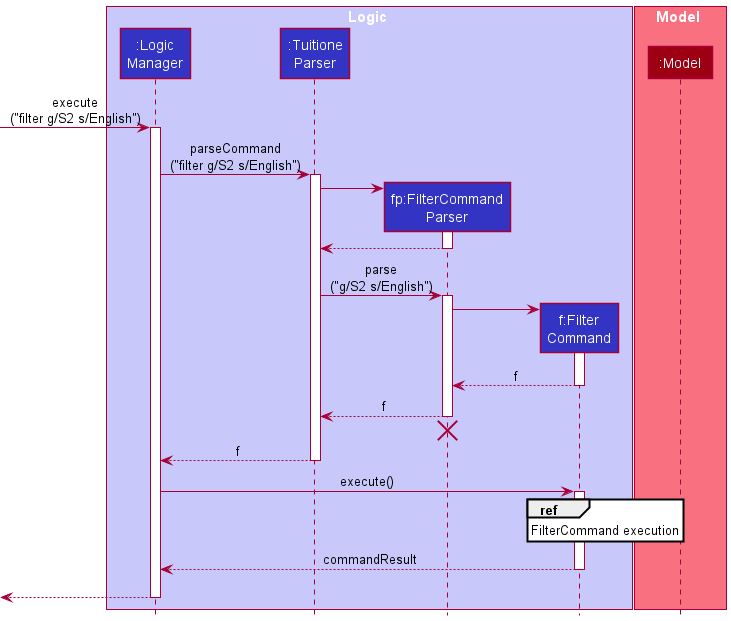
The PlantUML diagram docs/images/DeveloperGuideImage/FilterSequenceDiagram0.png in nus-cs2103-AY2122S1/tp, before a commit.
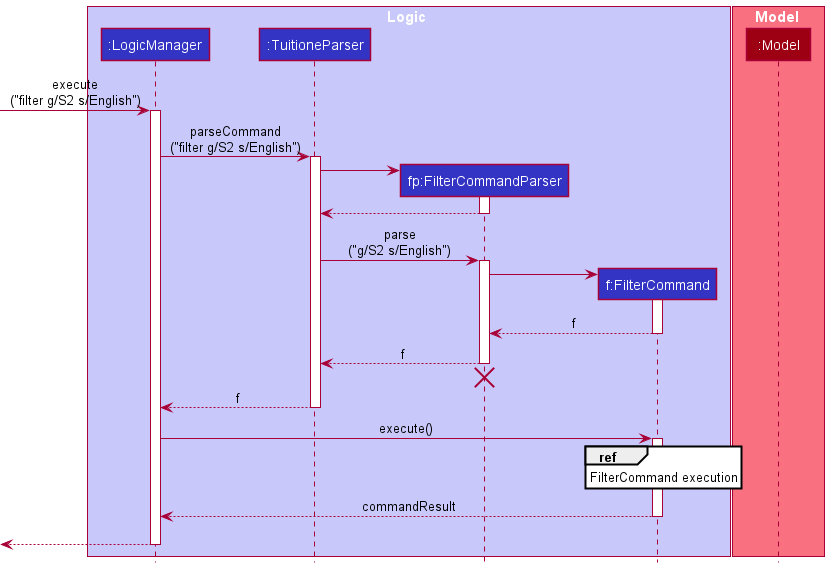
The same file after the commit.

Change to the diagram source:
```diff
@@ -2,10 +2,10 @@
 !include style.puml
 
 box Logic LOGIC_COLOR_T1
-participant ":Logic\nManager" as LogicManager LOGIC_COLOR
-participant ":Tuitione\nParser" as TuitioneParser LOGIC_COLOR
-participant "fp:FilterCommand\nParser" as FilterCommandParser LOGIC_COLOR
-participant "f:Filter\nCommand" as FilterCommand LOGIC_COLOR
+participant ":LogicManager" as LogicManager LOGIC_COLOR
+participant ":TuitioneParser" as TuitioneParser LOGIC_COLOR
+participant "fp:FilterCommandParser" as FilterCommandParser LOGIC_COLOR
+participant "f:FilterCommand" as FilterCommand LOGIC_COLOR
 end box
 
 box Model MODEL_COLOR_T1
```
